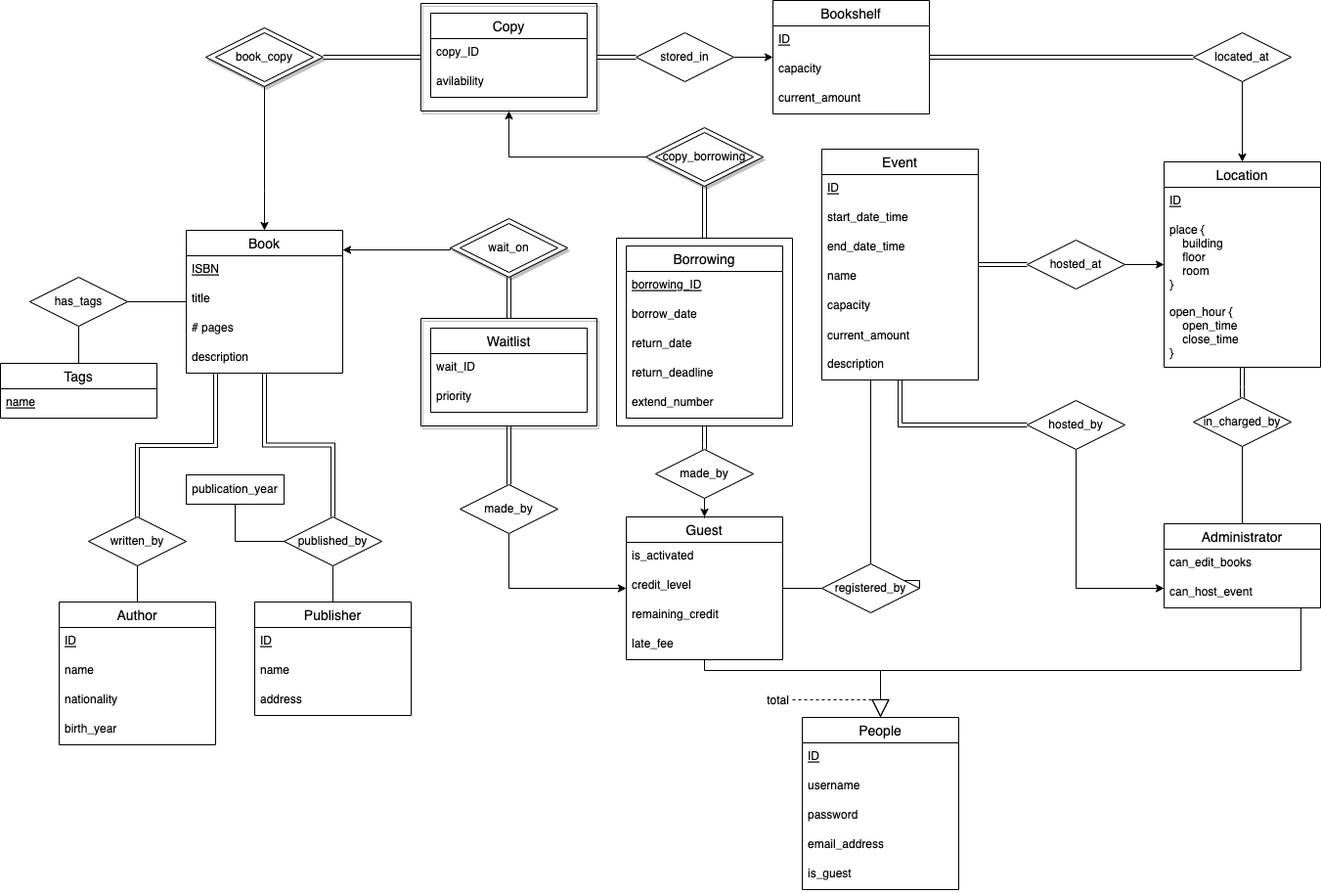
Before: schema/er_diagram/ER_diagram_draft.png, a diagram exported from draw.io (Kassaking7/eLibraryManagementSystem). Source tidied: cells renumbered, new cells last; positions are measured from the earlier drawing's top-left corner, leaving out a move shared by most shapes.
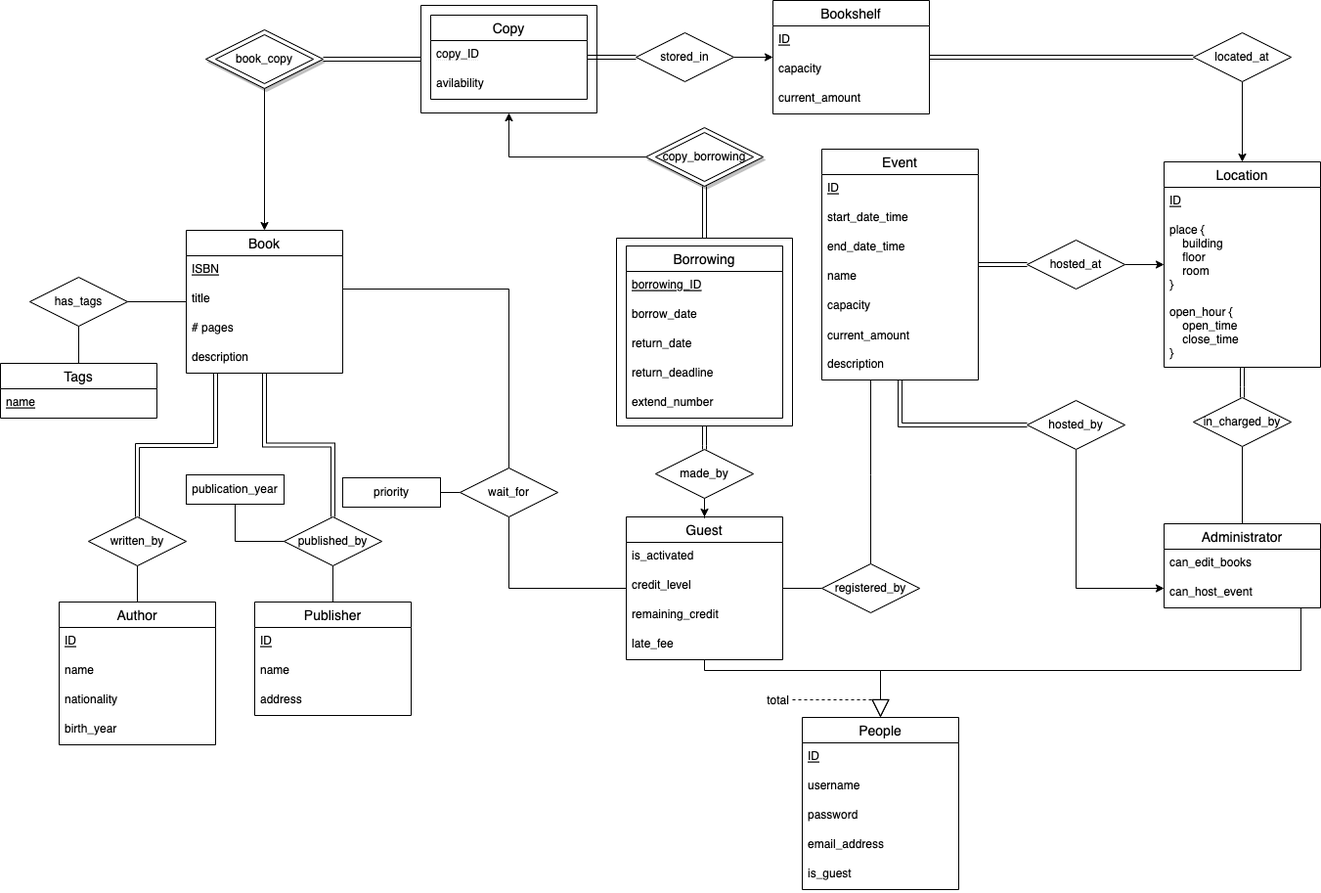
Later version of the same file.

Change to the diagram source:
```diff
@@ -2,9 +2,9 @@
   <root>
     <mxCell id="0" />
     <mxCell id="1" parent="0" />
-    <mxCell id="2" style="rhombus;whiteSpace=wrap;html=1;shadow=1;" parent="1" vertex="1">
-      <mxGeometry x="460" y="223" width="120" height="60" as="geometry" />
-    </mxCell>
+    <mxCell id="114" style="rhombus;whiteSpace=wrap;html=1;shadow=1;" parent="1" vertex="1">
+      <mxGeometry x="210" y="30" width="120" height="60" as="geometry" />
+    </mxCell>
     <mxCell id="3" style="rhombus;whiteSpace=wrap;html=1;shadow=1;" parent="1" vertex="1">
       <mxGeometry x="660" y="130" width="120" height="60" as="geometry" />
     </mxCell>
@@ -47,7 +47,7 @@
     <mxCell id="16" value="open_hour {&#10;    open_time&#10;    close_time&#10;}" style="text;strokeColor=none;fillColor=none;spacingLeft=4;spacingRight=4;overflow=hidden;fontSize=12;fontStyle=0;" parent="13" vertex="1">
       <mxGeometry y="140" width="160" height="70" as="geometry" />
     </mxCell>
-    <mxCell id="17" style="edgeStyle=orthogonalEdgeStyle;shape=link;rounded=0;jettySize=auto;html=1;exitX=0;exitY=0.5;exitDx=0;exitDy=0;" parent="1" edge="1" source="19" target="74">
+    <mxCell id="17" style="edgeStyle=orthogonalEdgeStyle;shape=link;rounded=0;jettySize=auto;html=1;exitX=0;exitY=0.5;exitDx=0;exitDy=0;" parent="1" edge="1" source="19" target="71">
       <mxGeometry relative="1" as="geometry" />
     </mxCell>
     <mxCell id="18" style="edgeStyle=orthogonalEdgeStyle;rounded=0;jettySize=auto;html=1;exitX=1;exitY=0.5;exitDx=0;exitDy=0;" parent="1" edge="1" source="19" target="9">
@@ -206,7 +206,7 @@
     <mxCell id="64" value="copy_borrowing" style="rhombus;whiteSpace=wrap;html=1;" parent="1" vertex="1">
       <mxGeometry x="670" y="135" width="100" height="50" as="geometry" />
     </mxCell>
-    <mxCell id="65" style="endArrow=none;html=1;rounded=0;edgeStyle=orthogonalEdgeStyle;startArrow=classic;startFill=1;" parent="1" edge="1" source="74" target="3">
+    <mxCell id="65" style="endArrow=none;html=1;rounded=0;edgeStyle=orthogonalEdgeStyle;startArrow=classic;startFill=1;" parent="1" edge="1" source="116" target="3">
       <mxGeometry relative="1" as="geometry">
         <Array as="points">
           <mxPoint x="520" y="160" />
@@ -229,7 +229,7 @@
       <mxGeometry relative="1" as="geometry" />
     </mxCell>
     <mxCell id="71" value="Copy" style="swimlane;fontStyle=0;horizontal=1;startSize=26;align=center;fontSize=14;" parent="1" vertex="1">
-      <mxGeometry x="440" y="13" width="160" height="86" as="geometry" />
+      <mxGeometry x="440" y="15" width="160" height="86" as="geometry" />
     </mxCell>
     <mxCell id="72" value="&lt;u style=&quot;text-decoration:underline dotted;text-underline-position:under&quot;&gt;copy_ID&lt;/u&gt;" style="text;strokeColor=none;fillColor=none;spacingLeft=4;spacingRight=4;overflow=hidden;fontSize=12;fontStyle=4;html=1;" parent="71" vertex="1">
       <mxGeometry y="26" width="160" height="30" as="geometry" />
@@ -237,25 +237,14 @@
     <mxCell id="73" value="avilability" style="text;strokeColor=none;fillColor=none;spacingLeft=4;spacingRight=4;overflow=hidden;fontSize=12;" parent="71" vertex="1">
       <mxGeometry y="56" width="160" height="30" as="geometry" />
     </mxCell>
-    <mxCell id="74" style="swimlane;startSize=0;shadow=1;" parent="1" vertex="1">
-      <mxGeometry x="430" y="3" width="180" height="110" as="geometry" />
-    </mxCell>
-    <mxCell id="75" style="edgeStyle=orthogonalEdgeStyle;rounded=0;jettySize=auto;html=1;exitX=1;exitY=0.5;exitDx=0;exitDy=0;shape=link;" parent="1" edge="1" source="77" target="74">
+    <mxCell id="75" style="edgeStyle=orthogonalEdgeStyle;rounded=0;jettySize=auto;html=1;shape=link;entryX=0;entryY=0.5;entryDx=0;entryDy=0;exitX=1;exitY=0.5;exitDx=0;exitDy=0;" parent="1" edge="1" source="114" target="116">
       <mxGeometry relative="1" as="geometry" />
     </mxCell>
-    <mxCell id="76" style="edgeStyle=orthogonalEdgeStyle;rounded=0;jettySize=auto;html=1;exitX=0.5;exitY=1;exitDx=0;exitDy=0;" parent="1" edge="1" source="77" target="4">
-      <mxGeometry relative="1" as="geometry">
-        <Array as="points">
-          <mxPoint x="270" y="195" />
-          <mxPoint x="270" y="195" />
-        </Array>
-      </mxGeometry>
+    <mxCell id="76" style="edgeStyle=orthogonalEdgeStyle;rounded=0;jettySize=auto;html=1;exitX=0.5;exitY=1;exitDx=0;exitDy=0;" parent="1" edge="1" source="114" target="4">
+      <mxGeometry relative="1" as="geometry" />
     </mxCell>
-    <mxCell id="77" style="rhombus;whiteSpace=wrap;html=1;shadow=1;" parent="1" vertex="1">
-      <mxGeometry x="210" y="28" width="120" height="60" as="geometry" />
-    </mxCell>
     <mxCell id="78" value="book_copy" style="rhombus;whiteSpace=wrap;html=1;" parent="1" vertex="1">
-      <mxGeometry x="220" y="33" width="100" height="50" as="geometry" />
+      <mxGeometry x="220" y="35" width="100" height="50" as="geometry" />
     </mxCell>
     <mxCell id="79" value="publication_year" style="rounded=0;whiteSpace=wrap;html=1;" parent="1" vertex="1">
       <mxGeometry x="190" y="485" width="100" height="30" as="geometry" />
@@ -302,50 +291,33 @@
     <mxCell id="90" style="edgeStyle=orthogonalEdgeStyle;rounded=0;jettySize=auto;html=1;exitX=0;exitY=0.5;exitDx=0;exitDy=0;endArrow=none;endFill=0;" parent="1" edge="1" source="92" target="36">
       <mxGeometry relative="1" as="geometry" />
     </mxCell>
-    <mxCell id="91" style="edgeStyle=orthogonalEdgeStyle;rounded=0;jettySize=auto;html=1;exitX=1;exitY=0.5;exitDx=0;exitDy=0;endArrow=none;endFill=0;" parent="1" edge="1" source="92" target="106">
+    <mxCell id="91" style="edgeStyle=orthogonalEdgeStyle;rounded=0;jettySize=auto;html=1;exitX=0.5;exitY=0;exitDx=0;exitDy=0;endArrow=none;endFill=0;" parent="1" edge="1" source="92" target="106">
       <mxGeometry relative="1" as="geometry">
         <Array as="points">
-          <mxPoint x="890" y="593" />
+          <mxPoint x="890" y="485" />
+          <mxPoint x="890" y="485" />
         </Array>
       </mxGeometry>
     </mxCell>
     <mxCell id="92" value="registered_by" style="rhombus;whiteSpace=wrap;html=1;" parent="1" vertex="1">
       <mxGeometry x="840" y="576" width="100" height="50" as="geometry" />
     </mxCell>
-    <mxCell id="93" value="Waitlist" style="swimlane;fontStyle=0;horizontal=1;startSize=26;align=center;fontSize=14;" parent="1" vertex="1">
-      <mxGeometry x="440" y="335" width="160" height="86" as="geometry" />
-    </mxCell>
-    <mxCell id="94" value="&lt;u style=&quot;text-decoration:underline dotted;text-underline-position:under&quot;&gt;wait_ID&lt;/u&gt;" style="text;strokeColor=none;fillColor=none;spacingLeft=4;spacingRight=4;overflow=hidden;fontSize=12;fontStyle=4;html=1;" parent="93" vertex="1">
-      <mxGeometry y="26" width="160" height="30" as="geometry" />
-    </mxCell>
-    <mxCell id="95" value="priority" style="text;strokeColor=none;fillColor=none;spacingLeft=4;spacingRight=4;overflow=hidden;points=[[0,0.5],[1,0.5]];portConstraint=eastwest;fontSize=12;" parent="93" vertex="1">
-      <mxGeometry y="56" width="160" height="30" as="geometry" />
-    </mxCell>
-    <mxCell id="96" style="swimlane;startSize=0;shadow=1;" parent="1" vertex="1">
-      <mxGeometry x="430" y="325" width="180" height="110" as="geometry" />
-    </mxCell>
-    <mxCell id="97" style="edgeStyle=orthogonalEdgeStyle;rounded=0;jettySize=auto;html=1;exitX=0.5;exitY=1;exitDx=0;exitDy=0;" parent="1" edge="1" source="99" target="36">
+    <mxCell id="97" style="edgeStyle=orthogonalEdgeStyle;rounded=0;jettySize=auto;html=1;exitX=0.5;exitY=1;exitDx=0;exitDy=0;endArrow=none;endFill=0;" parent="1" edge="1" source="99" target="36">
       <mxGeometry relative="1" as="geometry" />
     </mxCell>
-    <mxCell id="98" style="edgeStyle=orthogonalEdgeStyle;rounded=0;jettySize=auto;html=1;exitX=0.5;exitY=0;exitDx=0;exitDy=0;shape=link;" parent="1" edge="1" source="99" target="96">
-      <mxGeometry relative="1" as="geometry" />
+    <mxCell id="98" style="edgeStyle=orthogonalEdgeStyle;rounded=0;jettySize=auto;html=1;exitX=0.5;exitY=0;exitDx=0;exitDy=0;endArrow=none;endFill=0;" parent="1" edge="1" source="99" target="4">
+      <mxGeometry relative="1" as="geometry">
+        <Array as="points">
+          <mxPoint x="520" y="295" />
+        </Array>
+      </mxGeometry>
     </mxCell>
+    <mxCell id="115" style="edgeStyle=orthogonalEdgeStyle;html=1;exitX=0;exitY=0.5;exitDx=0;exitDy=0;endArrow=none;endFill=0;" parent="1" edge="1" source="99" target="95">
+      <mxGeometry relative="1" as="geometry" />
+    </mxCell>
-    <mxCell id="99" value="made_by" style="rhombus;whiteSpace=wrap;html=1;" parent="1" vertex="1">
-      <mxGeometry x="470" y="495" width="100" height="50" as="geometry" />
+    <mxCell id="99" value="wait_for" style="rhombus;whiteSpace=wrap;html=1;" parent="1" vertex="1">
+      <mxGeometry x="470" y="478" width="100" height="50" as="geometry" />
     </mxCell>
-    <mxCell id="100" style="edgeStyle=orthogonalEdgeStyle;shape=link;rounded=0;jettySize=auto;html=1;" parent="1" edge="1" source="2" target="96">
-      <mxGeometry relative="1" as="geometry" />
-    </mxCell>
-    <mxCell id="101" style="edgeStyle=orthogonalEdgeStyle;rounded=0;jettySize=auto;html=1;exitX=0;exitY=0.5;exitDx=0;exitDy=0;" parent="1" edge="1" source="2" target="4">
-      <mxGeometry relative="1" as="geometry">
-        <Array as="points">
-          <mxPoint x="460" y="255" />
-        </Array>
-      </mxGeometry>
-    </mxCell>
-    <mxCell id="102" value="wait_on" style="rhombus;whiteSpace=wrap;html=1;" parent="1" vertex="1">
-      <mxGeometry x="470" y="228" width="100" height="50" as="geometry" />
-    </mxCell>
     <mxCell id="103" style="swimlane;startSize=0;" parent="1" vertex="1">
       <mxGeometry x="630" y="243" width="180" height="192" as="geometry" />
     </mxCell>
@@ -382,5 +354,11 @@
     <mxCell id="113" value="description" style="text;strokeColor=none;fillColor=none;spacingLeft=4;spacingRight=4;overflow=hidden;fontSize=12;fontStyle=0;" parent="106" vertex="1">
       <mxGeometry y="206" width="160" height="30" as="geometry" />
     </mxCell>
+    <mxCell id="116" style="swimlane;startSize=0;" parent="1" vertex="1">
+      <mxGeometry x="430" y="5" width="180" height="110" as="geometry" />
+    </mxCell>
+    <mxCell id="95" value="priority" style="rounded=0;whiteSpace=wrap;html=1;" parent="1" vertex="1">
+      <mxGeometry x="350" y="488" width="100" height="30" as="geometry" />
+    </mxCell>
   </root>
 </mxGraphModel>
```
